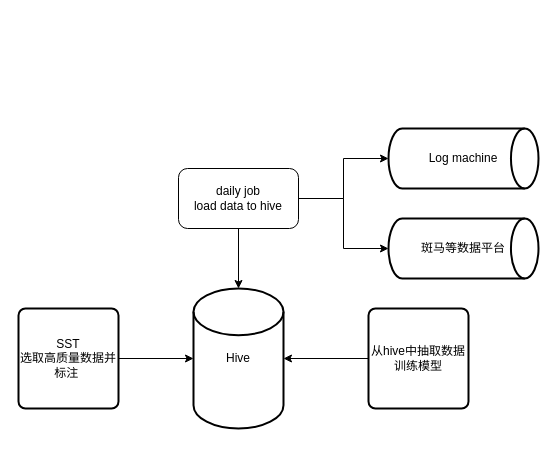
The draw.io diagram Untitled Diagram.drawio in lingdis/testpush, before the edit. Source tidied: cells renumbered, new cells numbered last; positions are measured from the earlier drawing's top-left corner, leaving out a move shared by most shapes. Both pictures are drawn from the tidied source at 100%, with x=0, y=0 at pixel (18, 128).
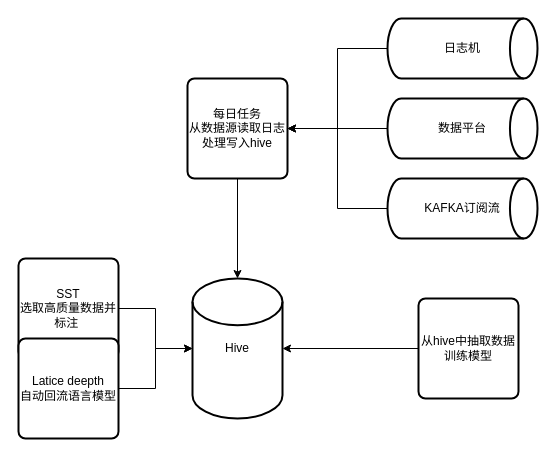
The same diagram, later.

Change to the diagram source:
```diff
@@
 <mxGraphModel>
   <root>
     <mxCell id="0" />
     <mxCell id="1" parent="0" />
-    <mxCell id="2" style="edgeStyle=orthogonalEdgeStyle;rounded=0;jettySize=auto;html=1;entryX=0;entryY=0.5;entryDx=0;entryDy=0;entryPerimeter=0;" parent="1" edge="1" source="5" target="7">
-      <mxGeometry relative="1" as="geometry" />
-    </mxCell>
-    <mxCell id="3" style="edgeStyle=orthogonalEdgeStyle;rounded=0;jettySize=auto;html=1;entryX=0;entryY=0.5;entryDx=0;entryDy=0;entryPerimeter=0;" parent="1" edge="1" source="5" target="8">
-      <mxGeometry relative="1" as="geometry" />
-    </mxCell>
-    <mxCell id="4" style="edgeStyle=orthogonalEdgeStyle;rounded=0;jettySize=auto;html=1;" parent="1" edge="1" source="5" target="6">
-      <mxGeometry relative="1" as="geometry" />
-    </mxCell>
-    <mxCell id="5" value="daily job&lt;br&gt;load data to hive" style="rounded=1;whiteSpace=wrap;html=1;" parent="1" vertex="1">
-      <mxGeometry x="160" y="40" width="120" height="60" as="geometry" />
-    </mxCell>
     <mxCell id="6" value="Hive" style="strokeWidth=2;html=1;shape=mxgraph.flowchart.database;whiteSpace=wrap;" parent="1" vertex="1">
-      <mxGeometry x="175" y="160" width="90" height="140" as="geometry" />
+      <mxGeometry x="174" y="150" width="90" height="140" as="geometry" />
     </mxCell>
+    <mxCell id="13" style="edgeStyle=orthogonalEdgeStyle;rounded=0;jettySize=auto;html=1;" parent="1" edge="1" source="7" target="15">
+      <mxGeometry relative="1" as="geometry" />
+    </mxCell>
-    <mxCell id="7" value="Log machine" style="strokeWidth=2;html=1;shape=mxgraph.flowchart.direct_data;whiteSpace=wrap;" parent="1" vertex="1">
-      <mxGeometry x="370" width="150" height="60" as="geometry" />
+    <mxCell id="7" value="数据平台" style="strokeWidth=2;html=1;shape=mxgraph.flowchart.direct_data;whiteSpace=wrap;" parent="1" vertex="1">
+      <mxGeometry x="369" y="-30" width="150" height="60" as="geometry" />
     </mxCell>
-    <mxCell id="8" value="斑马等数据平台" style="strokeWidth=2;html=1;shape=mxgraph.flowchart.direct_data;whiteSpace=wrap;" parent="1" vertex="1">
-      <mxGeometry x="370" y="90" width="150" height="60" as="geometry" />
-    </mxCell>
     <mxCell id="9" style="edgeStyle=orthogonalEdgeStyle;rounded=0;jettySize=auto;html=1;" parent="1" edge="1" source="10" target="6">
       <mxGeometry relative="1" as="geometry" />
     </mxCell>
-    <mxCell id="10" value="SST&lt;br&gt;选取高质量数据并标注&amp;nbsp;" style="rounded=1;whiteSpace=wrap;html=1;absoluteArcSize=1;arcSize=14;strokeWidth=2;" parent="1" vertex="1">
-      <mxGeometry y="180" width="100" height="100" as="geometry" />
+    <mxCell id="10" value="&lt;div&gt;SST&lt;/div&gt;&lt;div&gt;选取高质量数据并标注&amp;nbsp;&lt;/div&gt;" style="rounded=1;whiteSpace=wrap;html=1;absoluteArcSize=1;arcSize=14;strokeWidth=2;align=center;" parent="1" vertex="1">
+      <mxGeometry y="130" width="100" height="100" as="geometry" />
     </mxCell>
     <mxCell id="11" style="edgeStyle=orthogonalEdgeStyle;rounded=0;jettySize=auto;html=1;" parent="1" edge="1" source="12" target="6">
       <mxGeometry relative="1" as="geometry" />
     </mxCell>
     <mxCell id="12" value="从hive中抽取数据训练模型" style="rounded=1;whiteSpace=wrap;html=1;absoluteArcSize=1;arcSize=14;strokeWidth=2;" parent="1" vertex="1">
-      <mxGeometry x="350" y="180" width="100" height="100" as="geometry" />
+      <mxGeometry x="400" y="170" width="100" height="100" as="geometry" />
     </mxCell>
+    <mxCell id="14" style="edgeStyle=orthogonalEdgeStyle;rounded=0;jettySize=auto;html=1;exitX=0.5;exitY=1;exitDx=0;exitDy=0;entryX=0.5;entryY=0;entryDx=0;entryDy=0;entryPerimeter=0;" parent="1" edge="1" source="15" target="6">
+      <mxGeometry relative="1" as="geometry" />
+    </mxCell>
+    <mxCell id="15" value="每日任务&lt;br&gt;从数据源读取日志处理写入hive" style="rounded=1;whiteSpace=wrap;html=1;absoluteArcSize=1;arcSize=14;strokeWidth=2;" parent="1" vertex="1">
+      <mxGeometry x="169" y="-50" width="100" height="100" as="geometry" />
+    </mxCell>
+    <mxCell id="16" style="edgeStyle=orthogonalEdgeStyle;rounded=0;jettySize=auto;html=1;entryX=1;entryY=0.5;entryDx=0;entryDy=0;" parent="1" edge="1" source="17" target="15">
+      <mxGeometry relative="1" as="geometry" />
+    </mxCell>
+    <mxCell id="17" value="KAFKA订阅流" style="strokeWidth=2;html=1;shape=mxgraph.flowchart.direct_data;whiteSpace=wrap;" parent="1" vertex="1">
+      <mxGeometry x="369" y="50" width="150" height="60" as="geometry" />
+    </mxCell>
+    <mxCell id="18" style="edgeStyle=orthogonalEdgeStyle;rounded=0;jettySize=auto;html=1;entryX=1;entryY=0.5;entryDx=0;entryDy=0;" parent="1" edge="1" source="19" target="15">
+      <mxGeometry relative="1" as="geometry" />
+    </mxCell>
+    <mxCell id="19" value="日志机" style="strokeWidth=2;html=1;shape=mxgraph.flowchart.direct_data;whiteSpace=wrap;" parent="1" vertex="1">
+      <mxGeometry x="369" y="-110" width="150" height="60" as="geometry" />
+    </mxCell>
+    <mxCell id="20" style="edgeStyle=orthogonalEdgeStyle;rounded=0;jettySize=auto;html=1;exitX=1;exitY=0.5;exitDx=0;exitDy=0;entryX=0;entryY=0.5;entryDx=0;entryDy=0;entryPerimeter=0;" parent="1" edge="1" source="21" target="6">
+      <mxGeometry relative="1" as="geometry" />
+    </mxCell>
+    <mxCell id="21" value="Latice deepth&lt;br&gt;自动回流语言模型" style="rounded=1;whiteSpace=wrap;html=1;absoluteArcSize=1;arcSize=14;strokeWidth=2;" parent="1" vertex="1">
+      <mxGeometry y="210" width="100" height="100" as="geometry" />
+    </mxCell>
   </root>
 </mxGraphModel>
```
